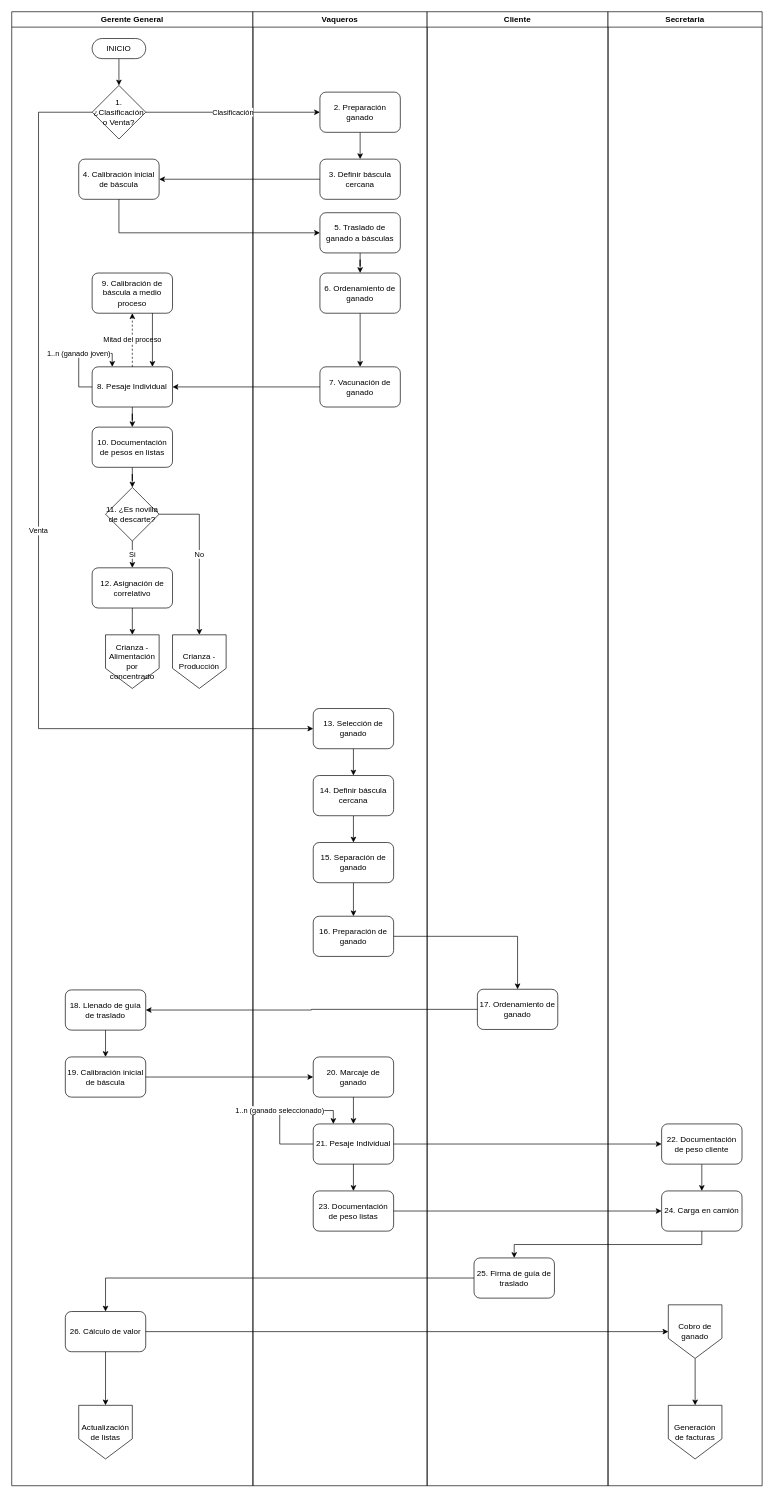
Above: page "PR-FN-00013 - Peso de ganado" (3 of 4) of FSJB.drawio in prtigofn/Dev2.0 (draw.io), before the change. Source tidied: cells renumbered, new cells numbered last; positions are measured from the earlier drawing's top-left corner, leaving out a move shared by most shapes. Both pictures are drawn from the tidied source at 67%, with x=0, y=0 at pixel (11, 11).
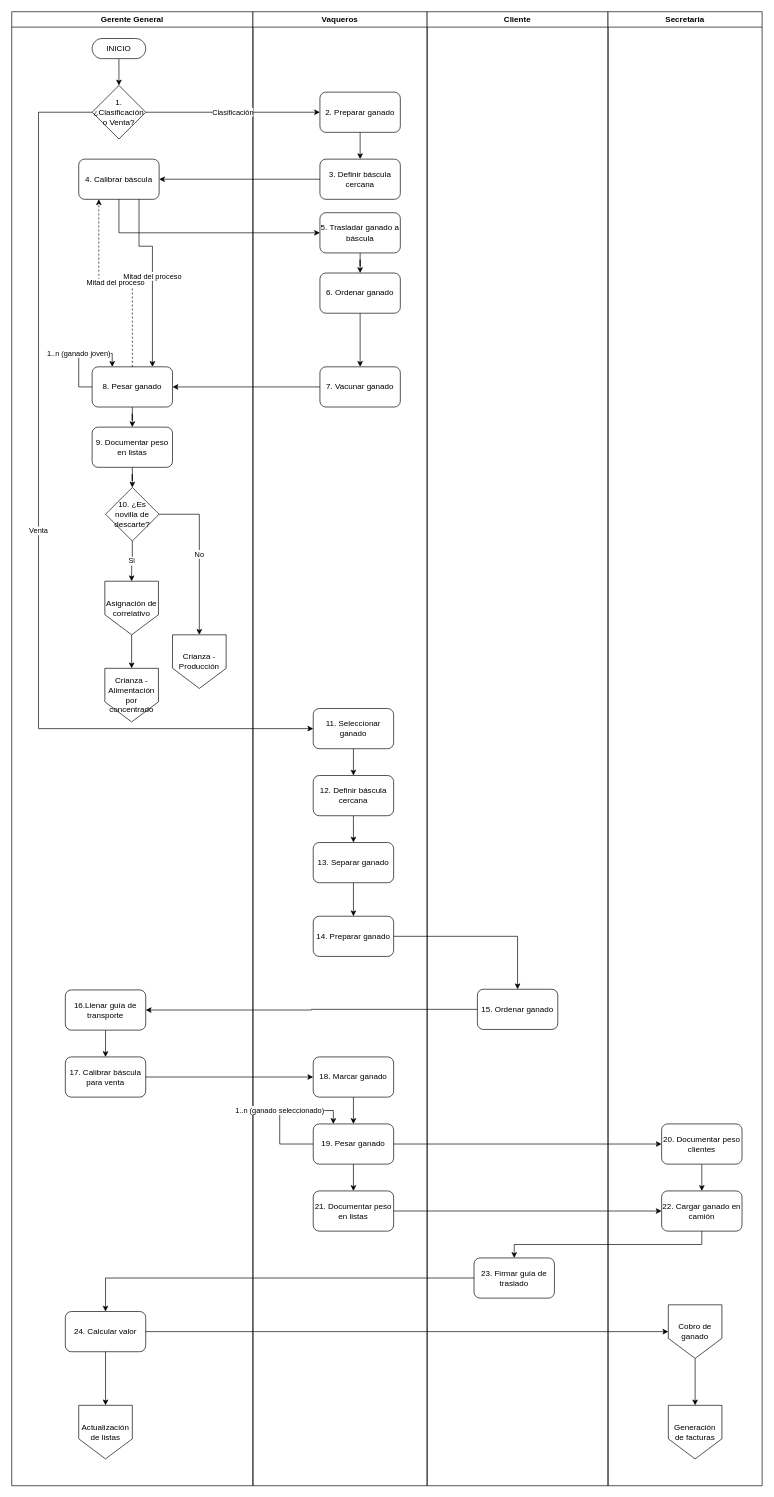
Above is the later version.

The change refers to these unchanged cells:
```xml
<mxCell id="2" value="Gerente General" style="swimlane;whiteSpace=wrap;html=1;" parent="1" vertex="1">
  <mxGeometry width="360" height="2200" as="geometry" />
</mxCell>
<mxCell id="20" value="Vaqueros" style="swimlane;whiteSpace=wrap;html=1;" parent="1" vertex="1">
  <mxGeometry x="360" width="260" height="2200" as="geometry" />
</mxCell>
<mxCell id="43" value="Cliente" style="swimlane;whiteSpace=wrap;html=1;" parent="1" vertex="1">
  <mxGeometry x="620" width="270" height="2200" as="geometry" />
</mxCell>
<mxCell id="48" value="Secretaria" style="swimlane;whiteSpace=wrap;html=1;" parent="1" vertex="1">
  <mxGeometry x="890" width="230" height="2200" as="geometry" />
</mxCell>
```

Diff of the diagram source:
```diff
@@
-    <mxCell id="6" style="edgeStyle=orthogonalEdgeStyle;rounded=0;jettySize=auto;html=1;entryX=0.5;entryY=0;entryDx=0;entryDy=0;" parent="2" edge="1" source="7" target="8">
+    <mxCell id="6" style="edgeStyle=orthogonalEdgeStyle;rounded=0;jettySize=auto;html=1;entryX=0.5;entryY=0;entryDx=0;entryDy=0;exitX=0.5;exitY=1;exitDx=0;exitDy=0;" parent="2" edge="1" source="73" target="8">
       <mxGeometry relative="1" as="geometry" />
     </mxCell>
-    <mxCell id="7" value="12. Asignación de correlativo" style="rounded=1;whiteSpace=wrap;html=1;" parent="2" vertex="1">
-      <mxGeometry x="120" y="830" width="120" height="60" as="geometry" />
-    </mxCell>
     <mxCell id="8" value="Crianza - Alimentación por concentrado" style="shape=offPageConnector;whiteSpace=wrap;html=1;" parent="2" vertex="1">
-      <mxGeometry x="140" y="930" width="80" height="80" as="geometry" />
+      <mxGeometry x="139" y="980" width="80" height="80" as="geometry" />
     </mxCell>
-    <mxCell id="9" value="9. Calibración de báscula a medio proceso" style="rounded=1;whiteSpace=wrap;html=1;" parent="2" vertex="1">
-      <mxGeometry x="120" y="390" width="120" height="60" as="geometry" />
-    </mxCell>
@@
-    <mxCell id="11" value="10. Documentación de pesos en listas" style="rounded=1;whiteSpace=wrap;html=1;" parent="2" vertex="1">
+    <mxCell id="11" value="9. Documentar peso en listas" style="rounded=1;whiteSpace=wrap;html=1;" parent="2" vertex="1">
       <mxGeometry x="120" y="620" width="120" height="60" as="geometry" />
     </mxCell>
@@
-    <mxCell id="13" value="11. ¿Es novilla de descarte?" style="rhombus;whiteSpace=wrap;html=1;rounded=0;" parent="2" vertex="1">
+    <mxCell id="13" value="10. ¿Es novilla de descarte?" style="rhombus;whiteSpace=wrap;html=1;rounded=0;" parent="2" vertex="1">
       <mxGeometry x="140" y="710" width="80" height="80" as="geometry" />
     </mxCell>
@@
-    <mxCell id="15" value="Si" style="edgeStyle=orthogonalEdgeStyle;rounded=0;jettySize=auto;html=1;entryX=0.5;entryY=0;entryDx=0;entryDy=0;" parent="2" edge="1" source="13" target="7">
+    <mxCell id="15" value="Si" style="edgeStyle=orthogonalEdgeStyle;rounded=0;jettySize=auto;html=1;entryX=0.5;entryY=0;entryDx=0;entryDy=0;" parent="2" edge="1" source="13" target="73">
       <mxGeometry relative="1" as="geometry" />
     </mxCell>
-    <mxCell id="16" value="18. Llenado de guía de traslado" style="rounded=1;whiteSpace=wrap;html=1;" parent="2" vertex="1">
+    <mxCell id="16" value="16.Llenar guía de transporte" style="rounded=1;whiteSpace=wrap;html=1;" parent="2" vertex="1">
       <mxGeometry x="80" y="1460" width="120" height="60" as="geometry" />
     </mxCell>
-    <mxCell id="17" value="19. Calibración inicial de báscula" style="rounded=1;whiteSpace=wrap;html=1;" parent="2" vertex="1">
+    <mxCell id="17" value="17. Calibrar báscula para venta" style="rounded=1;whiteSpace=wrap;html=1;" parent="2" vertex="1">
       <mxGeometry x="80" y="1560" width="120" height="60" as="geometry" />
     </mxCell>
@@
+    <mxCell id="73" value="Asignación de correlativo" style="shape=offPageConnector;whiteSpace=wrap;html=1;" parent="2" vertex="1">
+      <mxGeometry x="139" y="850" width="80" height="80" as="geometry" />
+    </mxCell>
@@
-    <mxCell id="22" value="2&lt;span style=&quot;background-color: initial;&quot;&gt;. Preparación g&lt;/span&gt;&lt;span style=&quot;background-color: initial;&quot;&gt;anado&lt;/span&gt;" style="rounded=1;whiteSpace=wrap;html=1;" parent="20" vertex="1">
+    <mxCell id="22" value="2. Preparar ganado" style="rounded=1;whiteSpace=wrap;html=1;" parent="20" vertex="1">
       <mxGeometry x="100" y="120" width="120" height="60" as="geometry" />
     </mxCell>
@@
-    <mxCell id="24" value="4. Calibración inicial de báscula" style="rounded=1;whiteSpace=wrap;html=1;" parent="20" vertex="1">
+    <mxCell id="24" value="4. Calibrar báscula" style="rounded=1;whiteSpace=wrap;html=1;" parent="20" vertex="1">
       <mxGeometry x="-260" y="220" width="120" height="60" as="geometry" />
     </mxCell>
@@
-    <mxCell id="29" value="5. Traslado de ganado a básculas" style="rounded=1;whiteSpace=wrap;html=1;" parent="20" vertex="1">
+    <mxCell id="29" value="5.&amp;nbsp;&lt;span style=&quot;background-color: initial;&quot;&gt;Trasladar ganado a báscula&lt;/span&gt;" style="rounded=1;whiteSpace=wrap;html=1;" parent="20" vertex="1">
       <mxGeometry x="100" y="300" width="120" height="60" as="geometry" />
     </mxCell>
-    <mxCell id="30" value="6. Ordenamiento de ganado" style="rounded=1;whiteSpace=wrap;html=1;" parent="20" vertex="1">
+    <mxCell id="30" value="6. Ordenar ganado" style="rounded=1;whiteSpace=wrap;html=1;" parent="20" vertex="1">
       <mxGeometry x="100" y="390" width="120" height="60" as="geometry" />
     </mxCell>
-    <mxCell id="31" value="8. Pesaje Individual" style="rounded=1;whiteSpace=wrap;html=1;" parent="20" vertex="1">
+    <mxCell id="31" value="8. Pesar ganado" style="rounded=1;whiteSpace=wrap;html=1;" parent="20" vertex="1">
       <mxGeometry x="-240" y="530" width="120" height="60" as="geometry" />
     </mxCell>
@@
-    <mxCell id="33" value="7. Vacunación de ganado" style="rounded=1;whiteSpace=wrap;html=1;" parent="20" vertex="1">
+    <mxCell id="33" value="7. Vacunar ganado" style="rounded=1;whiteSpace=wrap;html=1;" parent="20" vertex="1">
       <mxGeometry x="100" y="530" width="120" height="60" as="geometry" />
     </mxCell>
@@
-    <mxCell id="36" value="13. Selección de ganado" style="rounded=1;whiteSpace=wrap;html=1;" parent="20" vertex="1">
+    <mxCell id="36" value="11. Seleccionar ganado" style="rounded=1;whiteSpace=wrap;html=1;" parent="20" vertex="1">
       <mxGeometry x="90" y="1040" width="120" height="60" as="geometry" />
     </mxCell>
@@
-    <mxCell id="38" value="14. Definir báscula cercana" style="rounded=1;whiteSpace=wrap;html=1;" parent="20" vertex="1">
+    <mxCell id="38" value="12. Definir báscula cercana" style="rounded=1;whiteSpace=wrap;html=1;" parent="20" vertex="1">
       <mxGeometry x="90" y="1140" width="120" height="60" as="geometry" />
     </mxCell>
@@
-    <mxCell id="40" value="15. Separación de ganado" style="rounded=1;whiteSpace=wrap;html=1;" parent="20" vertex="1">
+    <mxCell id="40" value="13. Separar ganado" style="rounded=1;whiteSpace=wrap;html=1;" parent="20" vertex="1">
       <mxGeometry x="90" y="1240" width="120" height="60" as="geometry" />
     </mxCell>
-    <mxCell id="41" value="16. Preparación de ganado" style="rounded=1;whiteSpace=wrap;html=1;" parent="20" vertex="1">
+    <mxCell id="41" value="14. Preparar ganado" style="rounded=1;whiteSpace=wrap;html=1;" parent="20" vertex="1">
       <mxGeometry x="90" y="1350" width="120" height="60" as="geometry" />
     </mxCell>
-    <mxCell id="42" value="20. Marcaje de ganado" style="rounded=1;whiteSpace=wrap;html=1;" parent="20" vertex="1">
+    <mxCell id="42" value="18. Marcar ganado" style="rounded=1;whiteSpace=wrap;html=1;" parent="20" vertex="1">
       <mxGeometry x="90" y="1560" width="120" height="60" as="geometry" />
     </mxCell>
+    <mxCell id="63" value="Mitad del proceso" style="edgeStyle=orthogonalEdgeStyle;rounded=0;jettySize=auto;html=1;dashed=1;entryX=0.25;entryY=1;entryDx=0;entryDy=0;" parent="20" edge="1" source="31" target="24">
+      <mxGeometry relative="1" as="geometry" />
+    </mxCell>
+    <mxCell id="64" value="Mitad del proceso" style="edgeStyle=orthogonalEdgeStyle;rounded=0;jettySize=auto;html=1;exitX=0.75;exitY=1;exitDx=0;exitDy=0;entryX=0.75;entryY=0;entryDx=0;entryDy=0;" parent="20" edge="1" source="24" target="31">
+      <mxGeometry relative="1" as="geometry">
+        <Array as="points">
+          <mxPoint x="-170" y="350" />
+          <mxPoint x="-150" y="350" />
+        </Array>
+      </mxGeometry>
+    </mxCell>
@@
-    <mxCell id="44" value="17. Ordenamiento de ganado" style="rounded=1;whiteSpace=wrap;html=1;" parent="43" vertex="1">
+    <mxCell id="44" value="15. Ordenar ganado" style="rounded=1;whiteSpace=wrap;html=1;" parent="43" vertex="1">
       <mxGeometry x="75" y="1459" width="120" height="60" as="geometry" />
     </mxCell>
-    <mxCell id="45" value="26. Cálculo de valor" style="rounded=1;whiteSpace=wrap;html=1;" parent="43" vertex="1">
+    <mxCell id="45" value="24. Calcular valor" style="rounded=1;whiteSpace=wrap;html=1;" parent="43" vertex="1">
       <mxGeometry x="-540" y="1940" width="120" height="60" as="geometry" />
     </mxCell>
-    <mxCell id="46" value="25. Firma de guía de traslado" style="rounded=1;whiteSpace=wrap;html=1;" parent="43" vertex="1">
+    <mxCell id="46" value="23. Firmar guía de traslado" style="rounded=1;whiteSpace=wrap;html=1;" parent="43" vertex="1">
       <mxGeometry x="70" y="1860" width="120" height="60" as="geometry" />
     </mxCell>
@@
-    <mxCell id="50" value="21. Pesaje Individual" style="rounded=1;whiteSpace=wrap;html=1;" parent="48" vertex="1">
+    <mxCell id="50" value="19. Pesar ganado" style="rounded=1;whiteSpace=wrap;html=1;" parent="48" vertex="1">
       <mxGeometry x="-440" y="1660" width="120" height="60" as="geometry" />
     </mxCell>
-    <mxCell id="51" value="22&lt;span style=&quot;background-color: initial;&quot;&gt;. Documentación de peso cliente&lt;/span&gt;" style="rounded=1;whiteSpace=wrap;html=1;" parent="48" vertex="1">
+    <mxCell id="51" value="20. Documentar peso clientes" style="rounded=1;whiteSpace=wrap;html=1;" parent="48" vertex="1">
       <mxGeometry x="80" y="1660" width="120" height="60" as="geometry" />
     </mxCell>
@@
-    <mxCell id="53" value="23. Documentación de peso listas" style="rounded=1;whiteSpace=wrap;html=1;" parent="48" vertex="1">
+    <mxCell id="53" value="21. Documentar peso en listas" style="rounded=1;whiteSpace=wrap;html=1;" parent="48" vertex="1">
       <mxGeometry x="-440" y="1760" width="120" height="60" as="geometry" />
     </mxCell>
@@
-    <mxCell id="55" value="24. Carga en camión" style="rounded=1;whiteSpace=wrap;html=1;" parent="48" vertex="1">
+    <mxCell id="55" value="22. Cargar ganado en camión" style="rounded=1;whiteSpace=wrap;html=1;" parent="48" vertex="1">
       <mxGeometry x="80" y="1760" width="120" height="60" as="geometry" />
     </mxCell>
@@
-    <mxCell id="63" value="Mitad del proceso" style="edgeStyle=orthogonalEdgeStyle;rounded=0;jettySize=auto;html=1;dashed=1;" parent="1" edge="1" source="31" target="9">
-      <mxGeometry relative="1" as="geometry" />
-    </mxCell>
-    <mxCell id="64" style="edgeStyle=orthogonalEdgeStyle;rounded=0;jettySize=auto;html=1;exitX=0.75;exitY=1;exitDx=0;exitDy=0;entryX=0.75;entryY=0;entryDx=0;entryDy=0;" parent="1" edge="1" source="9" target="31">
-      <mxGeometry relative="1" as="geometry" />
-    </mxCell>
```
